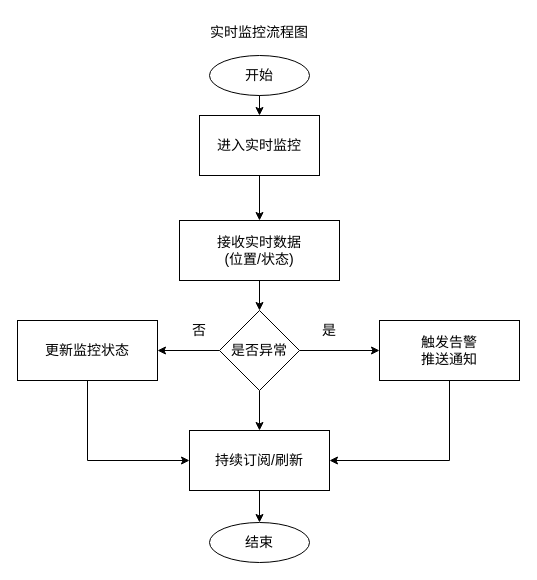
The draw.io diagram page "实时监控流程图" (3 of 22) of 汽车管理系统位图.drawio in Corkedmzx/-airport-vehicle-system, before the edit. Source tidied: cells renumbered, new cells numbered last; positions are measured from the earlier drawing's top-left corner, leaving out a move shared by most shapes. Both pictures are drawn from the tidied source at 100%, with x=0, y=0 at pixel (17, 17).
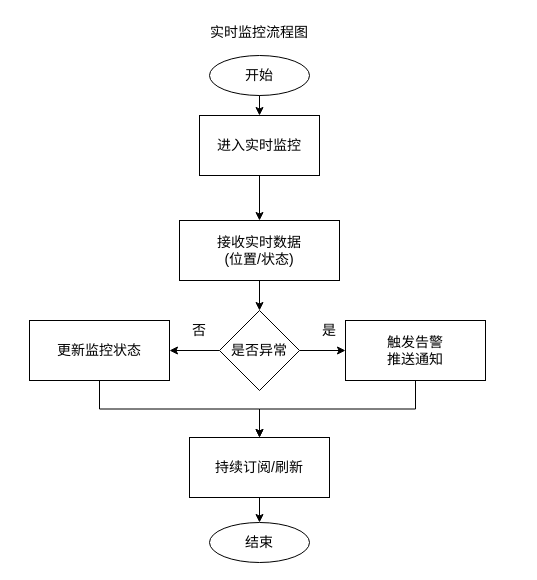
After the change.

The change refers to these unchanged cells:
```xml
<mxCell id="13" value="是否异常" style="rhombus;whiteSpace=wrap;html=1;fontSize=14;" parent="1" vertex="1">
  <mxGeometry x="202" y="293" width="80" height="80" as="geometry" />
</mxCell>
```

Change to the diagram source:
```diff
@@
-    <mxCell id="11" style="edgeStyle=orthogonalEdgeStyle;rounded=0;jettySize=auto;html=1;exitX=0.5;exitY=1;exitDx=0;exitDy=0;entryX=0.5;entryY=0;entryDx=0;entryDy=0;" parent="1" edge="1" source="13" target="18">
-      <mxGeometry relative="1" as="geometry" />
-    </mxCell>
@@
-    <mxCell id="14" style="edgeStyle=orthogonalEdgeStyle;rounded=0;jettySize=auto;html=1;exitX=0.5;exitY=1;exitDx=0;exitDy=0;entryX=0;entryY=0.5;entryDx=0;entryDy=0;" parent="1" edge="1" source="15" target="18">
+    <mxCell id="14" style="edgeStyle=orthogonalEdgeStyle;rounded=0;jettySize=auto;html=1;exitX=0.5;exitY=1;exitDx=0;exitDy=0;entryX=0.5;entryY=0;entryDx=0;entryDy=0;" parent="1" edge="1" source="15" target="18">
       <mxGeometry relative="1" as="geometry" />
     </mxCell>
     <mxCell id="15" value="更新监控状态" style="rounded=0;whiteSpace=wrap;html=1;fontSize=14;" parent="1" vertex="1">
-      <mxGeometry y="303" width="140" height="60" as="geometry" />
+      <mxGeometry x="12" y="303" width="140" height="60" as="geometry" />
     </mxCell>
-    <mxCell id="16" style="edgeStyle=orthogonalEdgeStyle;rounded=0;jettySize=auto;html=1;exitX=0.5;exitY=1;exitDx=0;exitDy=0;entryX=1;entryY=0.5;entryDx=0;entryDy=0;" parent="1" edge="1" source="17" target="18">
+    <mxCell id="16" style="edgeStyle=orthogonalEdgeStyle;rounded=0;jettySize=auto;html=1;exitX=0.5;exitY=1;exitDx=0;exitDy=0;entryX=0.5;entryY=0;entryDx=0;entryDy=0;" parent="1" edge="1" source="17" target="18">
       <mxGeometry relative="1" as="geometry" />
     </mxCell>
     <mxCell id="17" value="触发告警&lt;br&gt;推送通知" style="rounded=0;whiteSpace=wrap;html=1;fontSize=14;" parent="1" vertex="1">
-      <mxGeometry x="362" y="303" width="140" height="60" as="geometry" />
+      <mxGeometry x="328" y="303" width="140" height="60" as="geometry" />
     </mxCell>
     <mxCell id="18" value="持续订阅/刷新" style="rounded=0;whiteSpace=wrap;html=1;fontSize=14;" parent="1" vertex="1">
-      <mxGeometry x="172" y="413" width="140" height="60" as="geometry" />
+      <mxGeometry x="172" y="420" width="140" height="60" as="geometry" />
     </mxCell>
```
